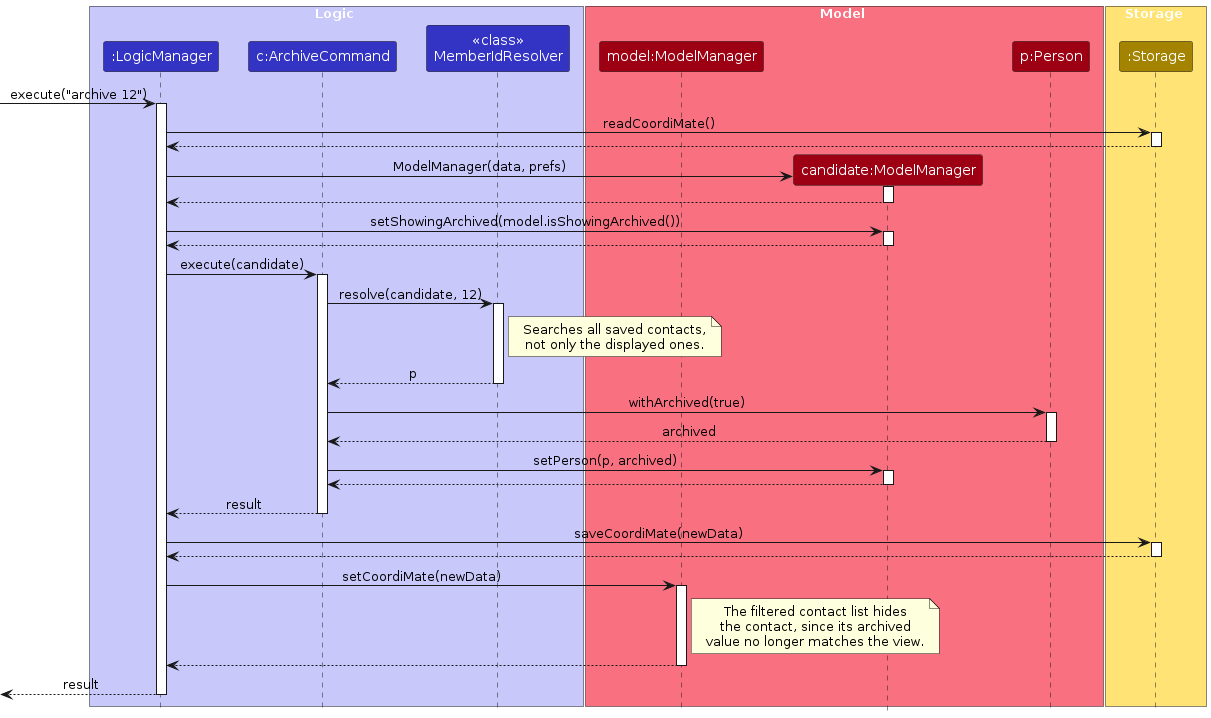
The PlantUML diagram diagrams/ArchiveSequenceDiagram.png in AY2627S1-CS2103T-W12-3/tp, before a commit. Its source is kept beside it as diagrams/ArchiveSequenceDiagram.puml. The source it was exported from:
```plantuml
@startuml
!include style.puml
skinparam ArrowFontStyle plain

box Logic LOGIC_COLOR_T1
participant ":LogicManager" as LogicManager LOGIC_COLOR
participant "c:ArchiveCommand" as Command LOGIC_COLOR
participant "<<class>>\nMemberIdResolver" as Resolver LOGIC_COLOR
end box

box Model MODEL_COLOR_T1
participant "model:ModelManager" as Model MODEL_COLOR
participant "candidate:ModelManager" as Candidate MODEL_COLOR
participant "p:Person" as Person MODEL_COLOR
end box

box Storage STORAGE_COLOR_T1
participant ":Storage" as Storage STORAGE_COLOR
end box

[-> LogicManager : execute("archive 12")
activate LogicManager

LogicManager -> Storage : readCoordiMate()
activate Storage

Storage --> LogicManager
deactivate Storage

create Candidate
LogicManager -> Candidate : ModelManager(data, prefs)
activate Candidate

Candidate --> LogicManager
deactivate Candidate

LogicManager -> Candidate : setShowingArchived(model.isShowingArchived())
activate Candidate

Candidate --> LogicManager
deactivate Candidate

LogicManager -> Command : execute(candidate)
activate Command

Command -> Resolver : resolve(candidate, 12)
activate Resolver

note right of Resolver
  Searches all saved contacts,
  not only the displayed ones.
end note

Resolver --> Command : p
deactivate Resolver

Command -> Person : withArchived(true)
activate Person

Person --> Command : archived
deactivate Person

Command -> Candidate : setPerson(p, archived)
activate Candidate

Candidate --> Command
deactivate Candidate

Command --> LogicManager : result
deactivate Command

LogicManager -> Storage : saveCoordiMate(newData)
activate Storage

Storage --> LogicManager
deactivate Storage

LogicManager -> Model : setCoordiMate(newData)
activate Model

note right of Model
  The filtered contact list hides
  the contact, since its archived
  value no longer matches the view.
end note

Model --> LogicManager
deactivate Model

[<-- LogicManager : result
deactivate LogicManager
@enduml
```
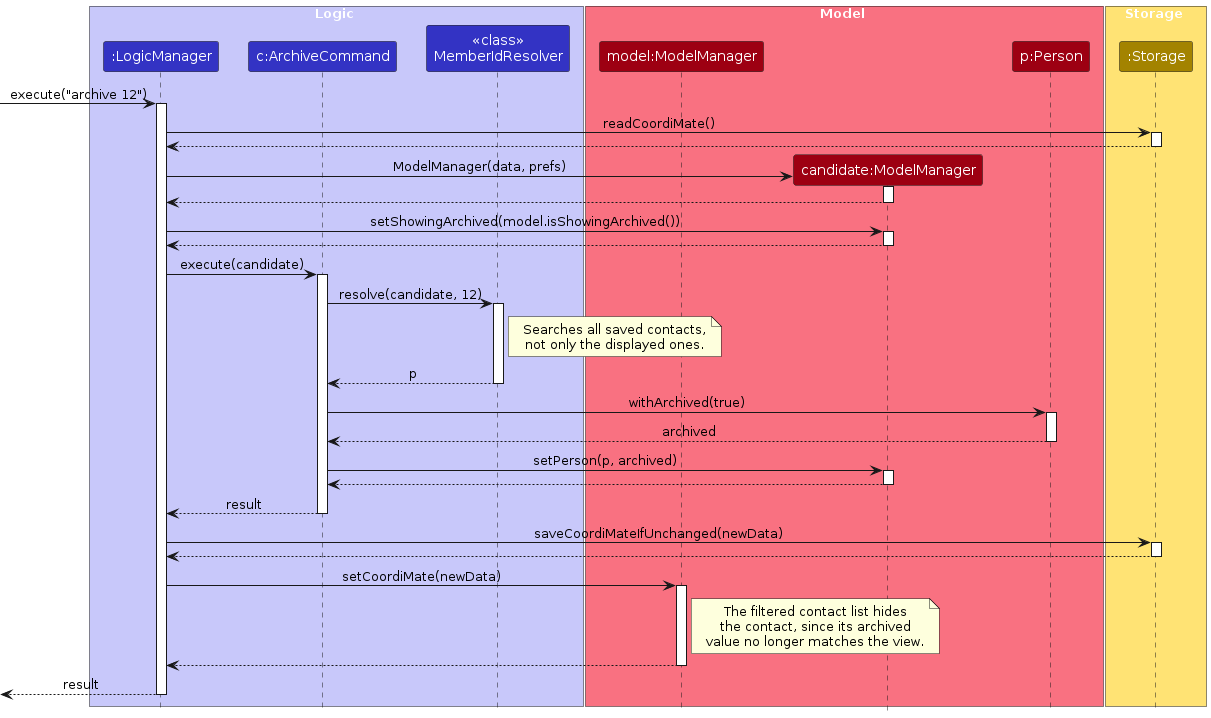
The same file after the commit.

Change to the diagram source:
```diff
@@ -69,7 +69,7 @@
 Command --> LogicManager : result
 deactivate Command
 
-LogicManager -> Storage : saveCoordiMate(newData)
+LogicManager -> Storage : saveCoordiMateIfUnchanged(newData)
 activate Storage
 
 Storage --> LogicManager
```
